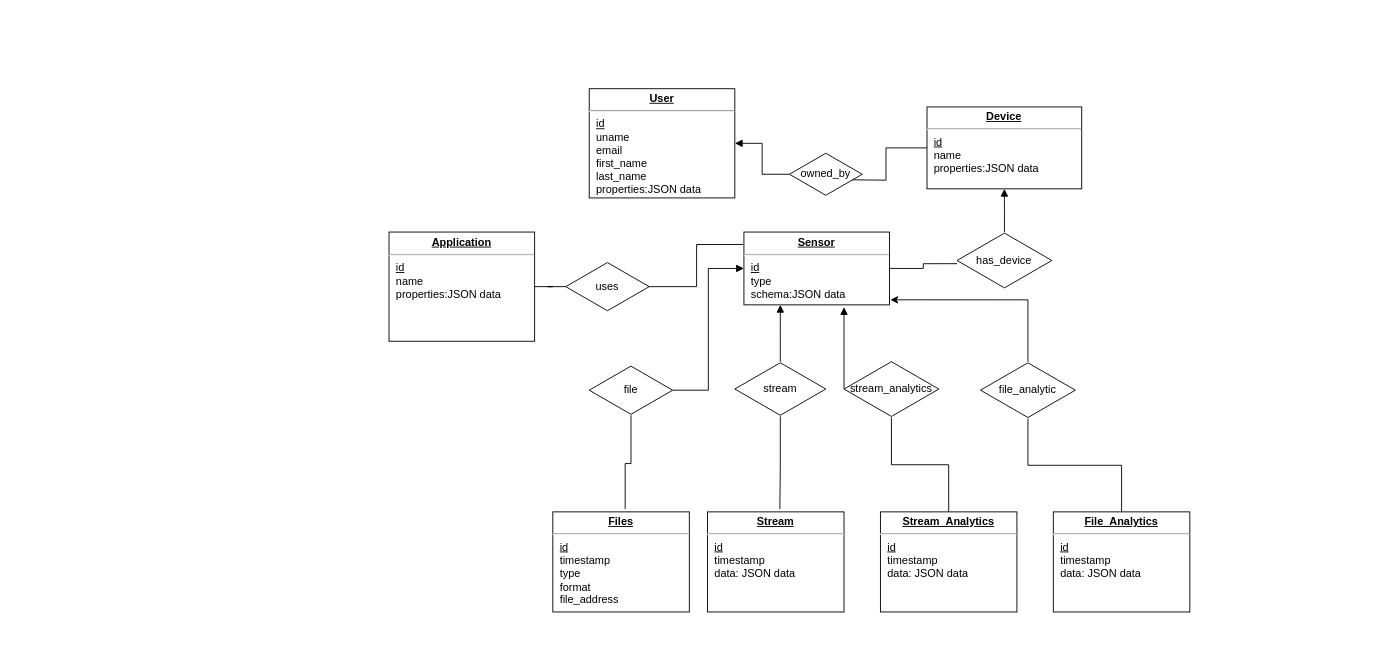
This is database_design/ER.drawio from tanmay-rpatil/backend, a draw.io file, before an edit. Source tidied: cells renumbered, new cells numbered last; positions are measured from the earlier drawing's top-left corner, leaving out a move shared by most shapes. Both pictures are drawn from the tidied source at 91%, with x=0, y=0 at pixel (389, 88).
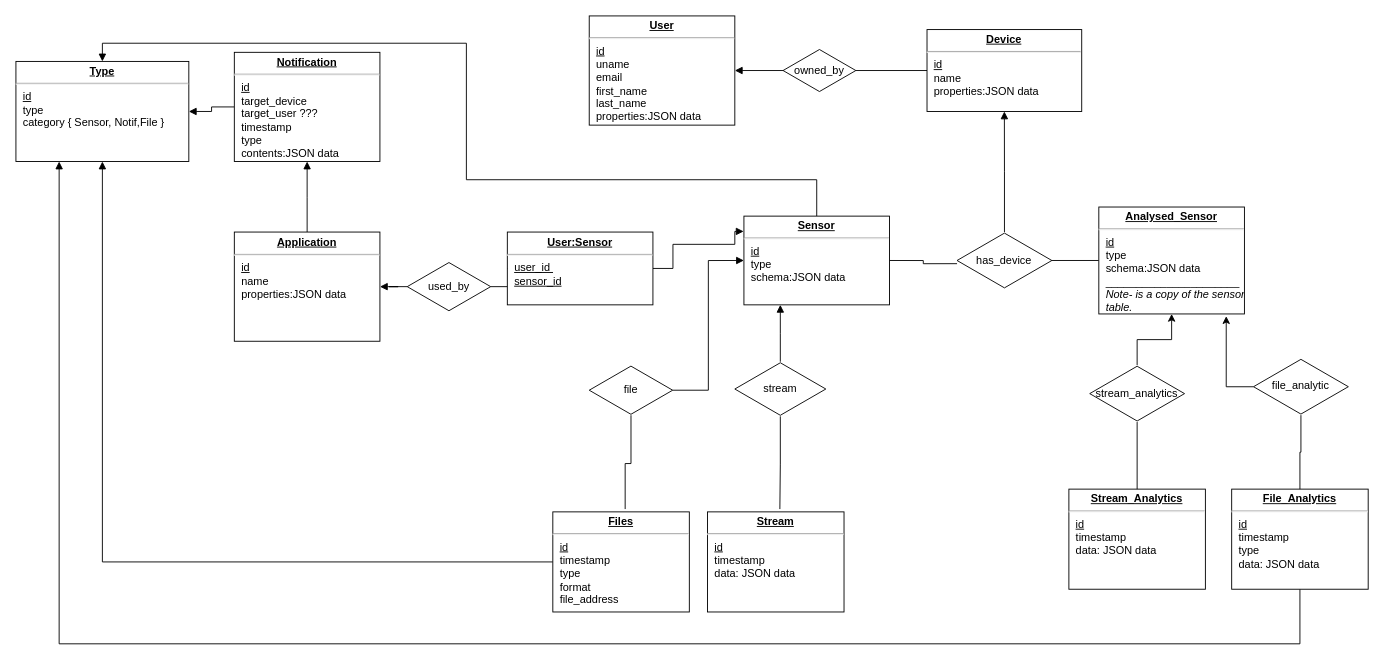
Above is the later version.

Unchanged cells that the change refers to:
```xml
<mxCell id="10" value="has_device" style="html=1;whiteSpace=wrap;shape=isoRectangle;" parent="1" vertex="1">
  <mxGeometry x="624.2" y="157.5" width="104.2" height="62.5" as="geometry" />
</mxCell>
<mxCell id="11" value="&lt;p style=&quot;margin: 0px ; margin-top: 4px ; text-align: center ; text-decoration: underline&quot;&gt;&lt;b&gt;Files&lt;/b&gt;&lt;/p&gt;&lt;hr&gt;&lt;p style=&quot;margin: 0px ; margin-left: 8px&quot;&gt;&lt;u&gt;id&lt;/u&gt;&lt;/p&gt;&lt;p style=&quot;margin: 0px ; margin-left: 8px&quot;&gt;timestamp&lt;/p&gt;&lt;p style=&quot;margin: 0px ; margin-left: 8px&quot;&gt;type&lt;/p&gt;&lt;p style=&quot;margin: 0px ; margin-left: 8px&quot;&gt;format&lt;/p&gt;&lt;p style=&quot;margin: 0px ; margin-left: 8px&quot;&gt;file_address&lt;/p&gt;" style="verticalAlign=top;align=left;overflow=fill;fontSize=12;fontFamily=Helvetica;html=1;" parent="1" vertex="1">
  <mxGeometry x="180" y="465" width="150" height="110" as="geometry" />
</mxCell>
```

Change to the diagram source:
```diff
@@
     <mxCell id="2" value="&lt;p style=&quot;margin: 0px ; margin-top: 4px ; text-align: center ; text-decoration: underline&quot;&gt;&lt;b&gt;User&lt;/b&gt;&lt;/p&gt;&lt;hr&gt;&lt;p style=&quot;margin: 0px ; margin-left: 8px&quot;&gt;&lt;u&gt;id&lt;/u&gt;&lt;/p&gt;&lt;p style=&quot;margin: 0px ; margin-left: 8px&quot;&gt;uname&lt;/p&gt;&lt;p style=&quot;margin: 0px ; margin-left: 8px&quot;&gt;email&lt;/p&gt;&lt;p style=&quot;margin: 0px ; margin-left: 8px&quot;&gt;first_name&lt;/p&gt;&lt;p style=&quot;margin: 0px ; margin-left: 8px&quot;&gt;last_name&lt;/p&gt;&lt;p style=&quot;margin: 0px ; margin-left: 8px&quot;&gt;properties:JSON data&lt;br&gt;&lt;/p&gt;" style="verticalAlign=top;align=left;overflow=fill;fontSize=12;fontFamily=Helvetica;html=1;" parent="1" vertex="1">
-      <mxGeometry x="220" width="160" height="120" as="geometry" />
+      <mxGeometry x="220" y="-80" width="160" height="120" as="geometry" />
     </mxCell>
-    <mxCell id="3" style="edgeStyle=orthogonalEdgeStyle;rounded=0;jettySize=auto;html=1;endArrow=none;endFill=0;" parent="1" edge="1" source="4">
-      <mxGeometry relative="1" as="geometry">
-        <mxPoint x="500" y="100" as="targetPoint" />
-      </mxGeometry>
-    </mxCell>
+    <mxCell id="31" style="edgeStyle=orthogonalEdgeStyle;rounded=0;jettySize=auto;html=1;endArrow=none;endFill=0;" parent="1" edge="1" source="4" target="6">
+      <mxGeometry relative="1" as="geometry" />
+    </mxCell>
     <mxCell id="4" value="&lt;p style=&quot;margin: 0px ; margin-top: 4px ; text-align: center ; text-decoration: underline&quot;&gt;&lt;b&gt;Device&lt;/b&gt;&lt;/p&gt;&lt;hr&gt;&lt;p style=&quot;margin: 0px ; margin-left: 8px&quot;&gt;&lt;u&gt;id&lt;/u&gt;&lt;/p&gt;&lt;p style=&quot;margin: 0px ; margin-left: 8px&quot;&gt;name&lt;/p&gt;&lt;p style=&quot;margin: 0px ; margin-left: 8px&quot;&gt;properties:JSON data&lt;br&gt;&lt;/p&gt;" style="verticalAlign=top;align=left;overflow=fill;fontSize=12;fontFamily=Helvetica;html=1;" parent="1" vertex="1">
-      <mxGeometry x="591.2" y="20" width="170" height="90" as="geometry" />
+      <mxGeometry x="591.2" y="-65" width="170" height="90" as="geometry" />
     </mxCell>
@@
     <mxCell id="6" value="owned_by" style="html=1;whiteSpace=wrap;shape=isoRectangle;" parent="1" vertex="1">
-      <mxGeometry x="440" y="70" width="80" height="48" as="geometry" />
+      <mxGeometry x="433" y="-44" width="80" height="48" as="geometry" />
     </mxCell>
@@
+    <mxCell id="32" style="edgeStyle=orthogonalEdgeStyle;rounded=0;jettySize=auto;html=1;entryX=0.5;entryY=0;entryDx=0;entryDy=0;endArrow=block;endFill=1;" parent="1" edge="1" source="8" target="44">
+      <mxGeometry relative="1" as="geometry">
+        <Array as="points">
+          <mxPoint x="470" y="100" />
+          <mxPoint x="85" y="100" />
+          <mxPoint x="85" y="-50" />
+          <mxPoint x="-315" y="-50" />
+        </Array>
+      </mxGeometry>
+    </mxCell>
-    <mxCell id="8" value="&lt;p style=&quot;margin: 0px ; margin-top: 4px ; text-align: center ; text-decoration: underline&quot;&gt;&lt;b&gt;Sensor&lt;/b&gt;&lt;/p&gt;&lt;hr&gt;&lt;p style=&quot;margin: 0px ; margin-left: 8px&quot;&gt;&lt;u&gt;id&lt;/u&gt;&lt;/p&gt;&lt;p style=&quot;margin: 0px ; margin-left: 8px&quot;&gt;type&lt;/p&gt;&lt;p style=&quot;margin: 0px ; margin-left: 8px&quot;&gt;schema:JSON data&lt;/p&gt;&lt;p style=&quot;margin: 0px ; margin-left: 8px&quot;&gt;&lt;br&gt;&lt;/p&gt;" style="verticalAlign=top;align=left;overflow=fill;fontSize=12;fontFamily=Helvetica;html=1;" parent="1" vertex="1">
-      <mxGeometry x="390" y="157.5" width="160" height="80" as="geometry" />
+    <mxCell id="8" value="&lt;p style=&quot;margin: 0px ; margin-top: 4px ; text-align: center ; text-decoration: underline&quot;&gt;&lt;b&gt;Sensor&lt;/b&gt;&lt;/p&gt;&lt;hr&gt;&lt;p style=&quot;margin: 0px ; margin-left: 8px&quot;&gt;&lt;u&gt;id&lt;/u&gt;&lt;/p&gt;&lt;p style=&quot;margin: 0px ; margin-left: 8px&quot;&gt;&lt;span&gt;type&lt;/span&gt;&lt;br&gt;&lt;/p&gt;&lt;p style=&quot;margin: 0px ; margin-left: 8px&quot;&gt;schema:JSON data&lt;/p&gt;&lt;p style=&quot;margin: 0px ; margin-left: 8px&quot;&gt;&lt;br&gt;&lt;/p&gt;" style="verticalAlign=top;align=left;overflow=fill;fontSize=12;fontFamily=Helvetica;html=1;" parent="1" vertex="1">
+      <mxGeometry x="390" y="140" width="160" height="97.5" as="geometry" />
     </mxCell>
@@
+    <mxCell id="33" style="edgeStyle=orthogonalEdgeStyle;rounded=0;jettySize=auto;html=1;entryX=0.5;entryY=1;entryDx=0;entryDy=0;endArrow=block;endFill=1;" parent="1" edge="1" source="11" target="44">
+      <mxGeometry relative="1" as="geometry" />
+    </mxCell>
@@
     <mxCell id="19" value="&lt;p style=&quot;margin: 0px ; margin-top: 4px ; text-align: center ; text-decoration: underline&quot;&gt;&lt;b&gt;Stream_Analytics&lt;/b&gt;&lt;/p&gt;&lt;hr&gt;&lt;p style=&quot;margin: 0px ; margin-left: 8px&quot;&gt;&lt;u&gt;id&lt;/u&gt;&lt;/p&gt;&lt;p style=&quot;margin: 0px ; margin-left: 8px&quot;&gt;timestamp&lt;/p&gt;&lt;p style=&quot;margin: 0px ; margin-left: 8px&quot;&gt;data: JSON data&lt;/p&gt;" style="verticalAlign=top;align=left;overflow=fill;fontSize=12;fontFamily=Helvetica;html=1;" parent="1" vertex="1">
-      <mxGeometry x="540" y="465" width="150" height="110" as="geometry" />
+      <mxGeometry x="747.1" y="440" width="150" height="110" as="geometry" />
     </mxCell>
@@
-    <mxCell id="21" style="edgeStyle=orthogonalEdgeStyle;rounded=0;jettySize=auto;html=1;endArrow=block;endFill=1;exitX=0;exitY=0.5;exitDx=0;exitDy=0;exitPerimeter=0;" parent="1" edge="1" source="22">
-      <mxGeometry relative="1" as="geometry">
-        <mxPoint x="500" y="240" as="targetPoint" />
-        <Array as="points">
-          <mxPoint x="500" y="321" />
-          <mxPoint x="500" y="240" />
-        </Array>
-      </mxGeometry>
-    </mxCell>
+    <mxCell id="34" style="edgeStyle=orthogonalEdgeStyle;rounded=0;jettySize=auto;html=1;entryX=0.5;entryY=1;entryDx=0;entryDy=0;" parent="1" edge="1" source="22" target="46">
+      <mxGeometry relative="1" as="geometry" />
+    </mxCell>
     <mxCell id="22" value="stream_analytics" style="html=1;whiteSpace=wrap;shape=isoRectangle;" parent="1" vertex="1">
-      <mxGeometry x="500" y="298.8" width="104.2" height="62.5" as="geometry" />
+      <mxGeometry x="770" y="303.8" width="104.2" height="62.5" as="geometry" />
     </mxCell>
+    <mxCell id="35" style="edgeStyle=orthogonalEdgeStyle;rounded=0;jettySize=auto;html=1;endArrow=block;endFill=1;entryX=0.25;entryY=1;entryDx=0;entryDy=0;" parent="1" edge="1" source="23" target="44">
+      <mxGeometry relative="1" as="geometry">
+        <Array as="points">
+          <mxPoint x="1001" y="610" />
+          <mxPoint x="-363" y="610" />
+        </Array>
+      </mxGeometry>
+    </mxCell>
-    <mxCell id="23" value="&lt;p style=&quot;margin: 0px ; margin-top: 4px ; text-align: center ; text-decoration: underline&quot;&gt;&lt;b&gt;File_Analytics&lt;/b&gt;&lt;/p&gt;&lt;hr&gt;&lt;p style=&quot;margin: 0px ; margin-left: 8px&quot;&gt;&lt;u&gt;id&lt;/u&gt;&lt;/p&gt;&lt;p style=&quot;margin: 0px ; margin-left: 8px&quot;&gt;timestamp&lt;/p&gt;&lt;p style=&quot;margin: 0px ; margin-left: 8px&quot;&gt;data: JSON data&lt;/p&gt;" style="verticalAlign=top;align=left;overflow=fill;fontSize=12;fontFamily=Helvetica;html=1;" parent="1" vertex="1">
-      <mxGeometry x="730" y="465" width="150" height="110" as="geometry" />
+    <mxCell id="23" value="&lt;p style=&quot;margin: 0px ; margin-top: 4px ; text-align: center ; text-decoration: underline&quot;&gt;&lt;b&gt;File_Analytics&lt;/b&gt;&lt;/p&gt;&lt;hr&gt;&lt;p style=&quot;margin: 0px ; margin-left: 8px&quot;&gt;&lt;u&gt;id&lt;/u&gt;&lt;/p&gt;&lt;p style=&quot;margin: 0px ; margin-left: 8px&quot;&gt;timestamp&lt;/p&gt;&lt;p style=&quot;margin: 0px ; margin-left: 8px&quot;&gt;type&lt;/p&gt;&lt;p style=&quot;margin: 0px ; margin-left: 8px&quot;&gt;data: JSON data&lt;/p&gt;" style="verticalAlign=top;align=left;overflow=fill;fontSize=12;fontFamily=Helvetica;html=1;" parent="1" vertex="1">
+      <mxGeometry x="926" y="440" width="150" height="110" as="geometry" />
     </mxCell>
@@
-    <mxCell id="25" style="edgeStyle=orthogonalEdgeStyle;rounded=0;jettySize=auto;html=1;entryX=1.006;entryY=0.931;entryDx=0;entryDy=0;entryPerimeter=0;" parent="1" edge="1" source="26" target="8">
-      <mxGeometry relative="1" as="geometry">
-        <Array as="points">
-          <mxPoint x="702" y="232" />
-        </Array>
-      </mxGeometry>
-    </mxCell>
+    <mxCell id="36" style="edgeStyle=orthogonalEdgeStyle;rounded=0;jettySize=auto;html=1;entryX=0.875;entryY=1.021;entryDx=0;entryDy=0;entryPerimeter=0;" parent="1" edge="1" source="26" target="46">
+      <mxGeometry relative="1" as="geometry" />
+    </mxCell>
     <mxCell id="26" value="file_analytic" style="html=1;whiteSpace=wrap;shape=isoRectangle;" parent="1" vertex="1">
-      <mxGeometry x="650" y="300" width="104.2" height="62.5" as="geometry" />
+      <mxGeometry x="950" y="296.2" width="104.2" height="62.5" as="geometry" />
     </mxCell>
-    <mxCell id="27" style="edgeStyle=orthogonalEdgeStyle;rounded=0;jettySize=auto;html=1;endArrow=none;endFill=0;" parent="1" edge="1" source="28" target="30">
-      <mxGeometry relative="1" as="geometry" />
-    </mxCell>
+    <mxCell id="37" style="edgeStyle=orthogonalEdgeStyle;rounded=0;jettySize=auto;html=1;exitX=0.5;exitY=0;exitDx=0;exitDy=0;endArrow=block;endFill=1;" parent="1" edge="1" source="28">
+      <mxGeometry relative="1" as="geometry">
+        <mxPoint x="-90" y="80" as="targetPoint" />
+      </mxGeometry>
+    </mxCell>
     <mxCell id="28" value="&lt;p style=&quot;margin: 0px ; margin-top: 4px ; text-align: center ; text-decoration: underline&quot;&gt;&lt;b&gt;Application&lt;/b&gt;&lt;/p&gt;&lt;hr&gt;&lt;p style=&quot;margin: 0px ; margin-left: 8px&quot;&gt;&lt;u&gt;id&lt;/u&gt;&lt;/p&gt;&lt;p style=&quot;margin: 0px ; margin-left: 8px&quot;&gt;name&lt;/p&gt;&lt;p style=&quot;margin: 0px ; margin-left: 8px&quot;&gt;properties:JSON data&lt;br&gt;&lt;/p&gt;" style="verticalAlign=top;align=left;overflow=fill;fontSize=12;fontFamily=Helvetica;html=1;" parent="1" vertex="1">
-      <mxGeometry y="157.5" width="160" height="120" as="geometry" />
+      <mxGeometry x="-170" y="157.5" width="160" height="120" as="geometry" />
     </mxCell>
-    <mxCell id="29" style="edgeStyle=orthogonalEdgeStyle;rounded=0;jettySize=auto;html=1;entryX=-0.005;entryY=0.171;entryDx=0;entryDy=0;entryPerimeter=0;endArrow=none;endFill=0;" parent="1" edge="1" source="30" target="8">
-      <mxGeometry relative="1" as="geometry" />
-    </mxCell>
+    <mxCell id="38" style="edgeStyle=orthogonalEdgeStyle;rounded=0;jettySize=auto;html=1;entryX=0;entryY=0.5;entryDx=0;entryDy=0;endArrow=none;endFill=0;" parent="1" edge="1" source="30" target="41">
+      <mxGeometry relative="1" as="geometry" />
+    </mxCell>
+    <mxCell id="39" style="edgeStyle=orthogonalEdgeStyle;rounded=0;jettySize=auto;html=1;entryX=1;entryY=0.5;entryDx=0;entryDy=0;endArrow=block;endFill=1;" parent="1" edge="1" source="30" target="28">
+      <mxGeometry relative="1" as="geometry" />
+    </mxCell>
-    <mxCell id="30" value="uses" style="html=1;whiteSpace=wrap;shape=isoRectangle;" parent="1" vertex="1">
-      <mxGeometry x="194.2" y="190" width="91.7" height="55" as="geometry" />
+    <mxCell id="30" value="used_by" style="html=1;whiteSpace=wrap;shape=isoRectangle;" parent="1" vertex="1">
+      <mxGeometry x="20" y="190" width="91.7" height="55" as="geometry" />
     </mxCell>
+    <mxCell id="40" style="edgeStyle=orthogonalEdgeStyle;rounded=0;jettySize=auto;html=1;exitX=1;exitY=0.5;exitDx=0;exitDy=0;endArrow=block;endFill=1;entryX=-0.002;entryY=0.172;entryDx=0;entryDy=0;entryPerimeter=0;" parent="1" edge="1" source="41" target="8">
+      <mxGeometry relative="1" as="geometry">
+        <Array as="points">
+          <mxPoint x="312" y="197" />
+          <mxPoint x="312" y="171" />
+          <mxPoint x="380" y="171" />
+        </Array>
+      </mxGeometry>
+    </mxCell>
+    <mxCell id="41" value="&lt;p style=&quot;margin: 0px ; margin-top: 4px ; text-align: center ; text-decoration: underline&quot;&gt;&lt;b&gt;User:Sensor&lt;/b&gt;&lt;/p&gt;&lt;hr&gt;&lt;p style=&quot;margin: 0px ; margin-left: 8px&quot;&gt;&lt;u&gt;user_id&amp;nbsp;&lt;/u&gt;&lt;/p&gt;&lt;p style=&quot;margin: 0px ; margin-left: 8px&quot;&gt;&lt;u&gt;sensor_id&lt;/u&gt;&lt;/p&gt;&lt;p style=&quot;margin: 0px ; margin-left: 8px&quot;&gt;&lt;br&gt;&lt;/p&gt;" style="verticalAlign=top;align=left;overflow=fill;fontSize=12;fontFamily=Helvetica;html=1;" parent="1" vertex="1">
+      <mxGeometry x="130" y="157.5" width="160" height="80" as="geometry" />
+    </mxCell>
+    <mxCell id="42" style="edgeStyle=orthogonalEdgeStyle;rounded=0;jettySize=auto;html=1;endArrow=block;endFill=1;entryX=1;entryY=0.5;entryDx=0;entryDy=0;" parent="1" edge="1" source="43" target="44">
+      <mxGeometry relative="1" as="geometry" />
+    </mxCell>
+    <mxCell id="43" value="&lt;p style=&quot;margin: 0px ; margin-top: 4px ; text-align: center ; text-decoration: underline&quot;&gt;&lt;b&gt;Notification&lt;/b&gt;&lt;/p&gt;&lt;hr&gt;&lt;p style=&quot;margin: 0px ; margin-left: 8px&quot;&gt;&lt;u&gt;id&lt;/u&gt;&lt;/p&gt;&lt;p style=&quot;margin: 0px ; margin-left: 8px&quot;&gt;target_device&lt;/p&gt;&lt;p style=&quot;margin: 0px ; margin-left: 8px&quot;&gt;target_user ???&lt;/p&gt;&lt;p style=&quot;margin: 0px ; margin-left: 8px&quot;&gt;timestamp&lt;/p&gt;&lt;p style=&quot;margin: 0px ; margin-left: 8px&quot;&gt;type&lt;/p&gt;&lt;p style=&quot;margin: 0px ; margin-left: 8px&quot;&gt;contents:JSON data&lt;/p&gt;&lt;p style=&quot;margin: 0px ; margin-left: 8px&quot;&gt;&lt;br&gt;&lt;/p&gt;" style="verticalAlign=top;align=left;overflow=fill;fontSize=12;fontFamily=Helvetica;html=1;" parent="1" vertex="1">
+      <mxGeometry x="-170" y="-40" width="160" height="120" as="geometry" />
+    </mxCell>
+    <mxCell id="44" value="&lt;p style=&quot;margin: 0px ; margin-top: 4px ; text-align: center ; text-decoration: underline&quot;&gt;&lt;b&gt;Type&lt;/b&gt;&lt;/p&gt;&lt;hr&gt;&lt;p style=&quot;margin: 0px ; margin-left: 8px&quot;&gt;&lt;u&gt;id&lt;/u&gt;&lt;/p&gt;&lt;p style=&quot;margin: 0px ; margin-left: 8px&quot;&gt;type&lt;/p&gt;&lt;p style=&quot;margin: 0px ; margin-left: 8px&quot;&gt;category { Sensor, Notif,File }&lt;/p&gt;&lt;p style=&quot;margin: 0px ; margin-left: 8px&quot;&gt;&lt;br&gt;&lt;/p&gt;" style="verticalAlign=top;align=left;overflow=fill;fontSize=12;fontFamily=Helvetica;html=1;" parent="1" vertex="1">
+      <mxGeometry x="-410" y="-30" width="190" height="110" as="geometry" />
+    </mxCell>
+    <mxCell id="45" style="edgeStyle=orthogonalEdgeStyle;rounded=0;jettySize=auto;html=1;endArrow=none;endFill=0;" parent="1" edge="1" source="46" target="10">
+      <mxGeometry relative="1" as="geometry" />
+    </mxCell>
+    <mxCell id="46" value="&lt;p style=&quot;margin: 0px ; margin-top: 4px ; text-align: center ; text-decoration: underline&quot;&gt;&lt;b&gt;Analysed_Sensor&lt;/b&gt;&lt;/p&gt;&lt;hr&gt;&lt;p style=&quot;margin: 0px ; margin-left: 8px&quot;&gt;&lt;u&gt;id&lt;/u&gt;&lt;/p&gt;&lt;p style=&quot;margin: 0px ; margin-left: 8px&quot;&gt;&lt;span&gt;type&lt;/span&gt;&lt;br&gt;&lt;/p&gt;&lt;p style=&quot;margin: 0px ; margin-left: 8px&quot;&gt;schema:JSON data&lt;/p&gt;&lt;p style=&quot;margin: 0px ; margin-left: 8px&quot;&gt;______________________&lt;/p&gt;&lt;p style=&quot;margin: 0px ; margin-left: 8px&quot;&gt;&lt;i&gt;Note- is a copy of the sensor&lt;/i&gt;&lt;/p&gt;&lt;p style=&quot;margin: 0px ; margin-left: 8px&quot;&gt;&lt;i&gt;table.&lt;/i&gt;&lt;/p&gt;" style="verticalAlign=top;align=left;overflow=fill;fontSize=12;fontFamily=Helvetica;html=1;" parent="1" vertex="1">
+      <mxGeometry x="780" y="130" width="160" height="117.5" as="geometry" />
+    </mxCell>
```
